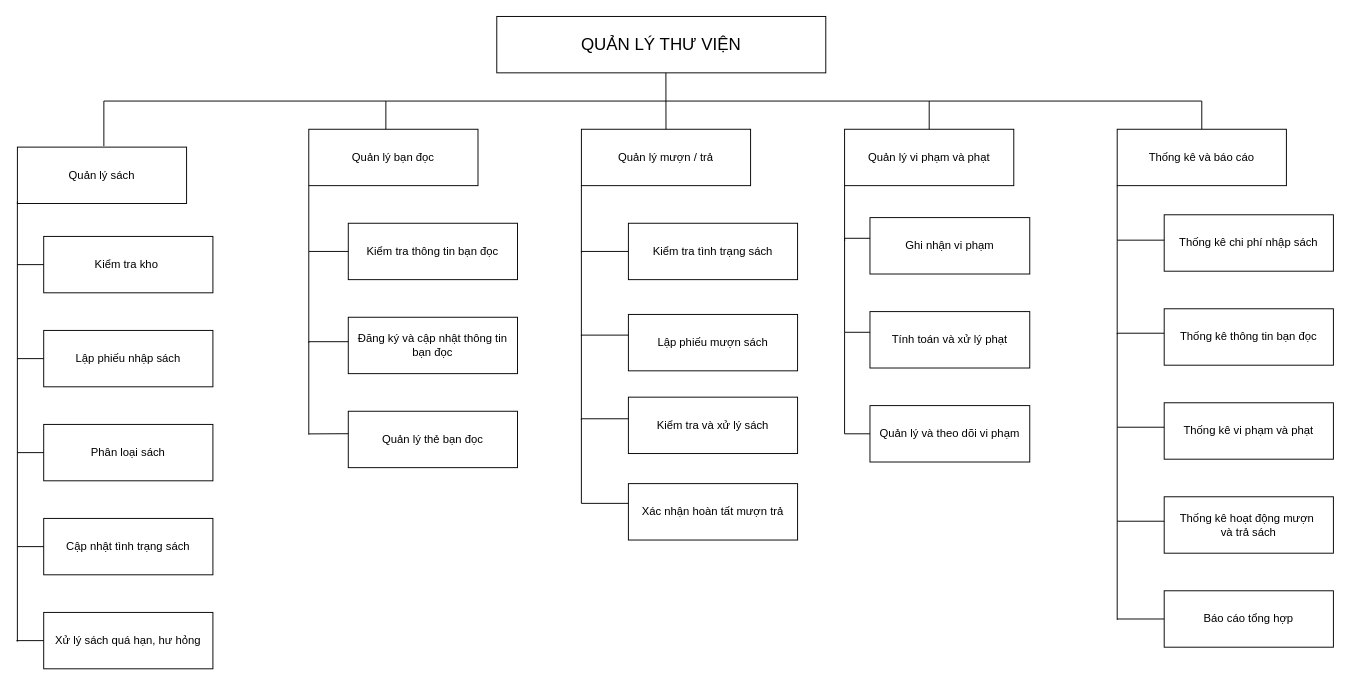
Earlier version of the draw.io diagram page "Phân cấp chức năng" (1 of 3) of Đồ án nhóm 1.drawio (Nguyenquynh235/DoAnNhom1). Source tidied: cells renumbered, new cells numbered last; positions are measured from the earlier drawing's top-left corner, leaving out a move shared by most shapes. Both pictures are drawn from the tidied source at 94%, with x=0, y=0 at pixel (16, 16).
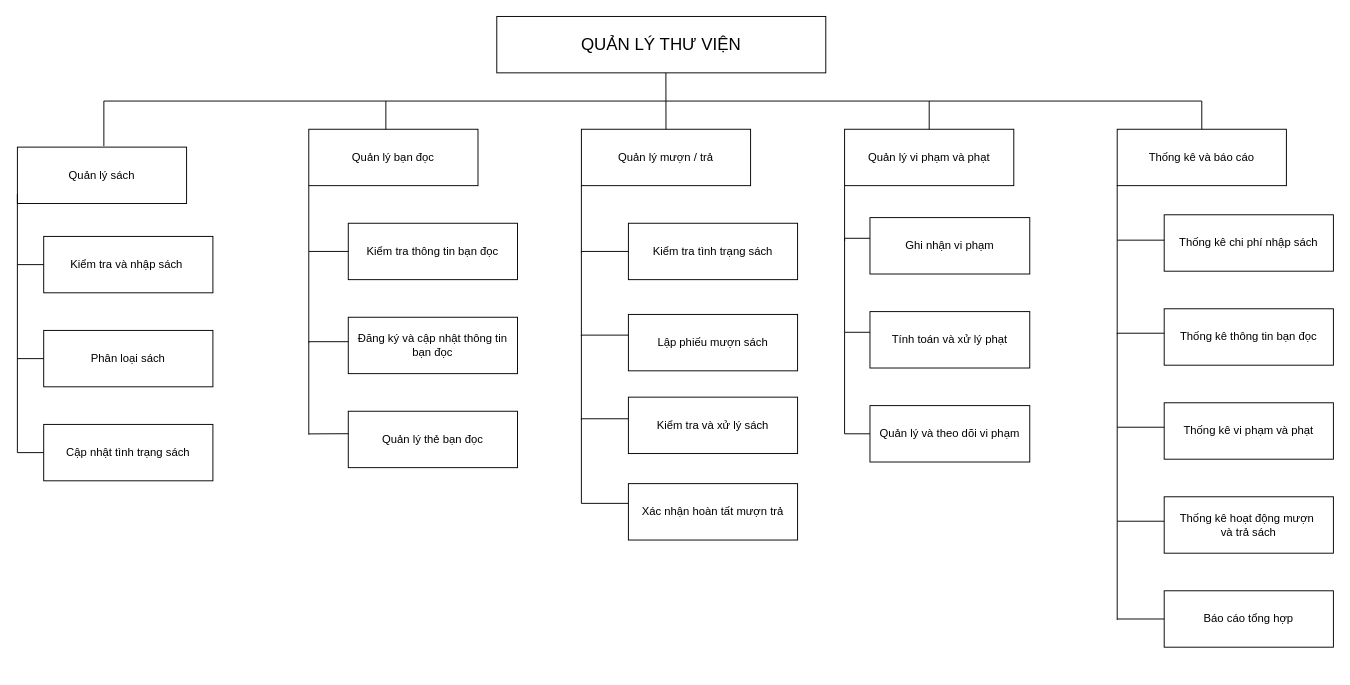
The same diagram, later.

Commit message:
Update Phân Cấp Chức Năng.drawio

The edit, as a diff of the source:
```diff
@@
-    <mxCell id="8" value="Phân loại sách" style="rounded=0;whiteSpace=wrap;html=1;" parent="1" vertex="1">
+    <mxCell id="8" value="Cập nhật tình trạng sách" style="rounded=0;whiteSpace=wrap;html=1;" parent="1" vertex="1">
       <mxGeometry x="29" y="434" width="180" height="60" as="geometry" />
     </mxCell>
-    <mxCell id="9" value="Lập phiếu nhập sách" style="rounded=0;whiteSpace=wrap;html=1;" parent="1" vertex="1">
+    <mxCell id="9" value="Phân loại sách" style="rounded=0;whiteSpace=wrap;html=1;" parent="1" vertex="1">
       <mxGeometry x="29" y="334" width="180" height="60" as="geometry" />
     </mxCell>
-    <mxCell id="10" value="Kiểm tra kho&amp;nbsp;" style="rounded=0;whiteSpace=wrap;html=1;" parent="1" vertex="1">
+    <mxCell id="10" value="Kiểm tra và nhập sách&amp;nbsp;" style="rounded=0;whiteSpace=wrap;html=1;" parent="1" vertex="1">
       <mxGeometry x="29" y="234" width="180" height="60" as="geometry" />
     </mxCell>
-    <mxCell id="11" value="Cập nhật tình trạng sách" style="rounded=0;whiteSpace=wrap;html=1;" parent="1" vertex="1">
-      <mxGeometry x="29" y="534" width="180" height="60" as="geometry" />
-    </mxCell>
@@
     <mxCell id="22" style="endArrow=none;html=1;rounded=0;" parent="1" edge="1">
       <mxGeometry relative="1" as="geometry">
-        <mxPoint x="1" y="197" as="sourcePoint" />
-        <mxPoint x="1" y="665" as="targetPoint" />
+        <mxPoint x="1" y="189" as="sourcePoint" />
+        <mxPoint x="1" y="464" as="targetPoint" />
       </mxGeometry>
     </mxCell>
@@
-    <mxCell id="24" value="Xử lý sách quá hạn, hư hỏng" style="rounded=0;whiteSpace=wrap;html=1;" parent="1" vertex="1">
-      <mxGeometry x="29" y="634" width="180" height="60" as="geometry" />
-    </mxCell>
@@
-    <mxCell id="45" style="endArrow=none;html=1;rounded=0;entryX=0;entryY=0.5;entryDx=0;entryDy=0;" parent="1" edge="1" target="11">
-      <mxGeometry relative="1" as="geometry">
-        <mxPoint x="1" y="564" as="sourcePoint" />
-      </mxGeometry>
-    </mxCell>
-    <mxCell id="46" style="endArrow=none;html=1;rounded=0;entryX=0;entryY=0.5;entryDx=0;entryDy=0;" parent="1" edge="1" target="24">
-      <mxGeometry relative="1" as="geometry">
-        <mxPoint y="664" as="sourcePoint" />
-      </mxGeometry>
-    </mxCell>
```
